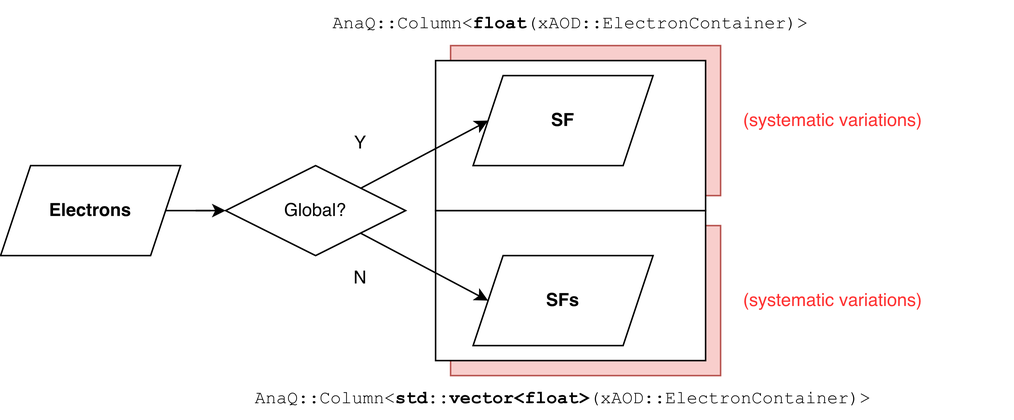
Earlier version of the draw.io export eventloop_vs_dataflow_1.drawio.png (taehyounpark/draw-io-diagrams). Source tidied: cells renumbered, new cells last; positions are measured from the earlier drawing's top-left corner, leaving out a move shared by most shapes. The source it was exported from:
```xml
<mxGraphModel>
  <root>
    <mxCell id="0" />
    <mxCell id="1" parent="0" />
    <mxCell id="2" value="X" style="rounded=0;whiteSpace=wrap;html=1;fillColor=#f8cecc;strokeColor=#b85450;" parent="1" vertex="1">
      <mxGeometry x="300" y="150" width="180" height="100" as="geometry" />
    </mxCell>
    <mxCell id="3" style="rounded=0;whiteSpace=wrap;html=1;fillColor=#f8cecc;strokeColor=#b85450;" parent="1" vertex="1">
      <mxGeometry x="300" y="30" width="180" height="100" as="geometry" />
    </mxCell>
    <mxCell id="4" style="rounded=0;whiteSpace=wrap;html=1;" parent="1" vertex="1">
      <mxGeometry x="290" y="140" width="180" height="100" as="geometry" />
    </mxCell>
    <mxCell id="5" style="rounded=0;whiteSpace=wrap;html=1;" parent="1" vertex="1">
      <mxGeometry x="290" y="40" width="180" height="100" as="geometry" />
    </mxCell>
    <mxCell id="6" style="rhombus;whiteSpace=wrap;html=1;" parent="1" vertex="1">
      <mxGeometry x="150" y="110" width="120" height="60" as="geometry" />
    </mxCell>
    <mxCell id="7" style="shape=parallelogram;perimeter=parallelogramPerimeter;whiteSpace=wrap;html=1;fixedSize=1;" parent="1" vertex="1">
      <mxGeometry x="315" y="170" width="120" height="60" as="geometry" />
    </mxCell>
    <mxCell id="8" style="endArrow=classic;html=1;rounded=0;exitX=1;exitY=0;exitDx=0;exitDy=0;entryX=0;entryY=0.5;entryDx=0;entryDy=0;" parent="1" edge="1" source="6">
      <mxGeometry relative="1" as="geometry">
        <mxPoint x="325" y="80" as="targetPoint" />
      </mxGeometry>
    </mxCell>
    <mxCell id="9" style="endArrow=classic;html=1;rounded=0;exitX=1;exitY=1;exitDx=0;exitDy=0;entryX=0;entryY=0.5;entryDx=0;entryDy=0;" parent="1" edge="1" source="6" target="7">
      <mxGeometry relative="1" as="geometry" />
    </mxCell>
    <mxCell id="10" value="Global?" style="text;html=1;align=center;verticalAlign=middle;whiteSpace=wrap;rounded=0;" parent="1" vertex="1">
      <mxGeometry x="180" y="125" width="60" height="30" as="geometry" />
    </mxCell>
    <mxCell id="11" value="&lt;font&gt;&lt;b&gt;SFs&lt;/b&gt;&lt;/font&gt;" style="text;html=1;align=center;verticalAlign=middle;whiteSpace=wrap;rounded=0;fontFamily=Helvetica;" parent="1" vertex="1">
      <mxGeometry x="345" y="185" width="60" height="30" as="geometry" />
    </mxCell>
    <mxCell id="12" style="shape=parallelogram;perimeter=parallelogramPerimeter;whiteSpace=wrap;html=1;fixedSize=1;" parent="1" vertex="1">
      <mxGeometry x="315" y="50" width="120" height="60" as="geometry" />
    </mxCell>
    <mxCell id="13" value="&lt;font&gt;&lt;b&gt;SF&lt;/b&gt;&lt;/font&gt;" style="text;html=1;align=center;verticalAlign=middle;whiteSpace=wrap;rounded=0;fontFamily=Helvetica;" parent="1" vertex="1">
      <mxGeometry x="345" y="65" width="60" height="30" as="geometry" />
    </mxCell>
    <mxCell id="14" style="group;fontStyle=1;" parent="1" vertex="1">
      <mxGeometry y="110" width="120" height="60" as="geometry" />
    </mxCell>
    <mxCell id="15" style="shape=parallelogram;perimeter=parallelogramPerimeter;whiteSpace=wrap;html=1;fixedSize=1;" parent="14" vertex="1">
      <mxGeometry width="120" height="60" as="geometry" />
    </mxCell>
    <mxCell id="16" value="&lt;b&gt;Electrons&lt;/b&gt;" style="text;html=1;align=center;verticalAlign=middle;whiteSpace=wrap;rounded=0;" parent="14" vertex="1">
      <mxGeometry x="30" y="15" width="60" height="30" as="geometry" />
    </mxCell>
    <mxCell id="17" style="edgeStyle=orthogonalEdgeStyle;rounded=0;jettySize=auto;html=1;exitX=1;exitY=0.5;exitDx=0;exitDy=0;entryX=0;entryY=0.5;entryDx=0;entryDy=0;" parent="1" edge="1" source="15" target="6">
      <mxGeometry relative="1" as="geometry" />
    </mxCell>
    <mxCell id="18" value="Y" style="text;html=1;align=center;verticalAlign=middle;whiteSpace=wrap;rounded=0;" parent="1" vertex="1">
      <mxGeometry x="210" y="80" width="60" height="30" as="geometry" />
    </mxCell>
    <mxCell id="19" value="N" style="text;html=1;align=center;verticalAlign=middle;whiteSpace=wrap;rounded=0;" parent="1" vertex="1">
      <mxGeometry x="210" y="170" width="60" height="30" as="geometry" />
    </mxCell>
    <mxCell id="20" value="&lt;font face=&quot;Courier New&quot;&gt;AnaQ::Column&amp;lt;&lt;b&gt;std::vector&amp;lt;float&amp;gt;&lt;/b&gt;(xAOD::ElectronContainer)&amp;gt;&lt;/font&gt;" style="text;html=1;align=center;verticalAlign=middle;whiteSpace=wrap;rounded=0;" parent="1" vertex="1">
      <mxGeometry x="75" y="250" width="600" height="30" as="geometry" />
    </mxCell>
    <mxCell id="21" value="&lt;font face=&quot;Courier New&quot;&gt;AnaQ::Column&amp;lt;&lt;b&gt;float&lt;/b&gt;(xAOD::ElectronContainer)&amp;gt;&lt;/font&gt;" style="text;html=1;align=center;verticalAlign=middle;whiteSpace=wrap;rounded=0;" parent="1" vertex="1">
      <mxGeometry x="350" width="60" height="30" as="geometry" />
    </mxCell>
    <mxCell id="22" value="(systematic variations)" style="text;html=1;align=center;verticalAlign=middle;whiteSpace=wrap;rounded=0;fontColor=#FF3333;" parent="1" vertex="1">
      <mxGeometry x="480" y="185" width="150" height="30" as="geometry" />
    </mxCell>
    <mxCell id="23" value="(systematic variations)" style="text;html=1;align=center;verticalAlign=middle;whiteSpace=wrap;rounded=0;fontColor=#FF3333;" parent="1" vertex="1">
      <mxGeometry x="480" y="65" width="150" height="30" as="geometry" />
    </mxCell>
  </root>
</mxGraphModel>
```
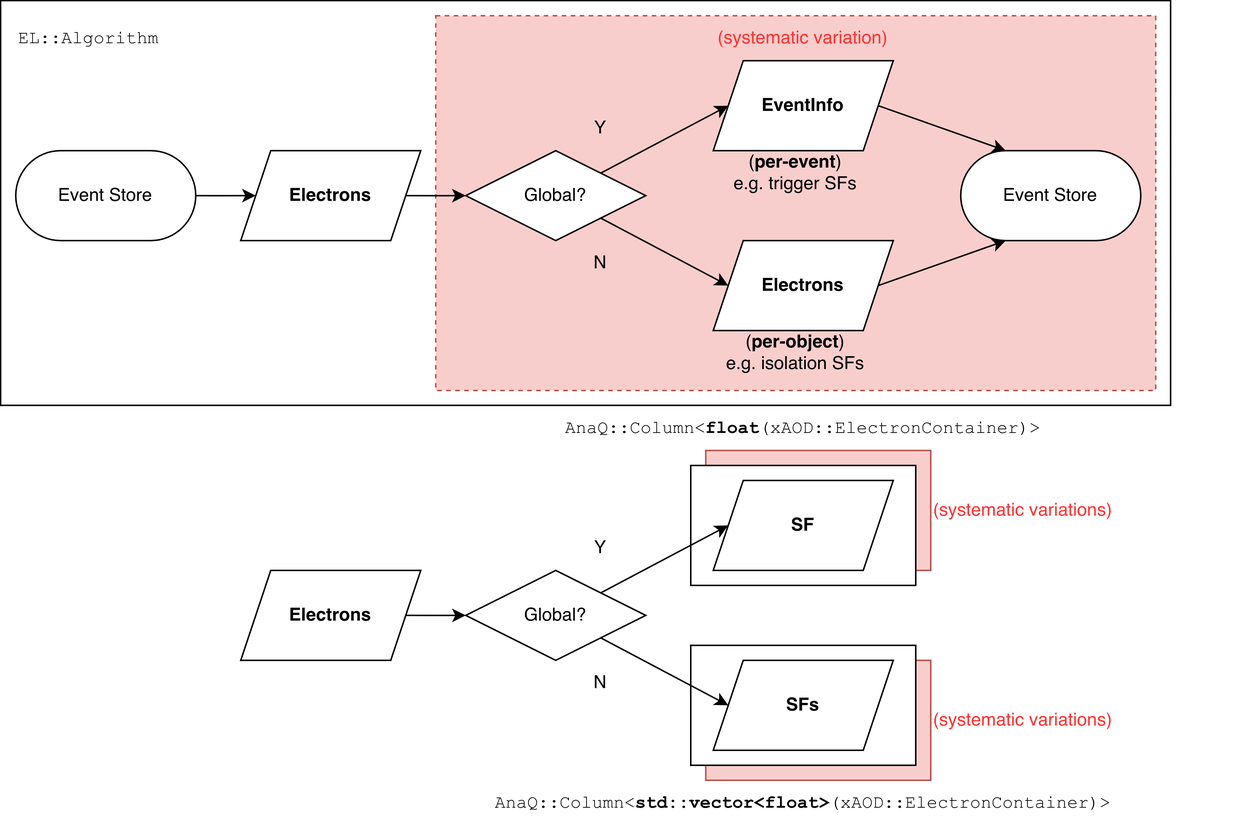
The same diagram one commit later.

Diff of the diagram source:
```diff
@@ -2,73 +2,150 @@
   <root>
     <mxCell id="0" />
     <mxCell id="1" parent="0" />
+    <mxCell id="24" style="rounded=0;whiteSpace=wrap;html=1;" parent="1" vertex="1">
+      <mxGeometry x="-160" y="-270" width="780" height="270" as="geometry" />
+    </mxCell>
+    <mxCell id="25" style="rounded=0;whiteSpace=wrap;html=1;dashed=1;fillColor=#f8cecc;strokeColor=#b85450;" parent="1" vertex="1">
+      <mxGeometry x="130" y="-260" width="480" height="250" as="geometry" />
+    </mxCell>
     <mxCell id="2" value="X" style="rounded=0;whiteSpace=wrap;html=1;fillColor=#f8cecc;strokeColor=#b85450;" parent="1" vertex="1">
-      <mxGeometry x="300" y="150" width="180" height="100" as="geometry" />
+      <mxGeometry x="310" y="170" width="150" height="80" as="geometry" />
     </mxCell>
-    <mxCell id="3" style="rounded=0;whiteSpace=wrap;html=1;fillColor=#f8cecc;strokeColor=#b85450;" parent="1" vertex="1">
-      <mxGeometry x="300" y="30" width="180" height="100" as="geometry" />
-    </mxCell>
-    <mxCell id="4" style="rounded=0;whiteSpace=wrap;html=1;" parent="1" vertex="1">
-      <mxGeometry x="290" y="140" width="180" height="100" as="geometry" />
-    </mxCell>
-    <mxCell id="5" style="rounded=0;whiteSpace=wrap;html=1;" parent="1" vertex="1">
-      <mxGeometry x="290" y="40" width="180" height="100" as="geometry" />
-    </mxCell>
-    <mxCell id="6" style="rhombus;whiteSpace=wrap;html=1;" parent="1" vertex="1">
-      <mxGeometry x="150" y="110" width="120" height="60" as="geometry" />
-    </mxCell>
-    <mxCell id="7" style="shape=parallelogram;perimeter=parallelogramPerimeter;whiteSpace=wrap;html=1;fixedSize=1;" parent="1" vertex="1">
-      <mxGeometry x="315" y="170" width="120" height="60" as="geometry" />
-    </mxCell>
-    <mxCell id="8" style="endArrow=classic;html=1;rounded=0;exitX=1;exitY=0;exitDx=0;exitDy=0;entryX=0;entryY=0.5;entryDx=0;entryDy=0;" parent="1" edge="1" source="6">
-      <mxGeometry relative="1" as="geometry">
-        <mxPoint x="325" y="80" as="targetPoint" />
-      </mxGeometry>
-    </mxCell>
-    <mxCell id="9" style="endArrow=classic;html=1;rounded=0;exitX=1;exitY=1;exitDx=0;exitDy=0;entryX=0;entryY=0.5;entryDx=0;entryDy=0;" parent="1" edge="1" source="6" target="7">
-      <mxGeometry relative="1" as="geometry" />
-    </mxCell>
-    <mxCell id="10" value="Global?" style="text;html=1;align=center;verticalAlign=middle;whiteSpace=wrap;rounded=0;" parent="1" vertex="1">
-      <mxGeometry x="180" y="125" width="60" height="30" as="geometry" />
-    </mxCell>
+    <mxCell id="26" style="rounded=0;whiteSpace=wrap;html=1;fillColor=#f8cecc;strokeColor=#b85450;" parent="1" vertex="1">
+      <mxGeometry x="310" y="30" width="150" height="80" as="geometry" />
+    </mxCell>
+    <mxCell id="27" style="rounded=0;whiteSpace=wrap;html=1;" parent="1" vertex="1">
+      <mxGeometry x="300" y="160" width="150" height="80" as="geometry" />
+    </mxCell>
+    <mxCell id="28" style="rounded=0;whiteSpace=wrap;html=1;" parent="1" vertex="1">
+      <mxGeometry x="300" y="40" width="150" height="80" as="geometry" />
+    </mxCell>
+    <mxCell id="29" style="rhombus;whiteSpace=wrap;html=1;" parent="1" vertex="1">
+      <mxGeometry x="150" y="-170" width="120" height="60" as="geometry" />
+    </mxCell>
+    <mxCell id="30" style="rounded=0;jettySize=auto;html=1;exitX=1;exitY=0.5;exitDx=0;exitDy=0;entryX=0.25;entryY=1;entryDx=0;entryDy=0;" parent="1" edge="1" source="31" target="50">
+      <mxGeometry relative="1" as="geometry" />
+    </mxCell>
+    <mxCell id="31" style="shape=parallelogram;perimeter=parallelogramPerimeter;whiteSpace=wrap;html=1;fixedSize=1;" parent="1" vertex="1">
+      <mxGeometry x="315" y="-110" width="120" height="60" as="geometry" />
+    </mxCell>
+    <mxCell id="32" style="endArrow=classic;html=1;rounded=0;exitX=1;exitY=0;exitDx=0;exitDy=0;entryX=0;entryY=0.5;entryDx=0;entryDy=0;" parent="1" edge="1" source="29">
+      <mxGeometry relative="1" as="geometry">
+        <mxPoint x="325" y="-200" as="targetPoint" />
+      </mxGeometry>
+    </mxCell>
+    <mxCell id="33" style="endArrow=classic;html=1;rounded=0;exitX=1;exitY=1;exitDx=0;exitDy=0;entryX=0;entryY=0.5;entryDx=0;entryDy=0;" parent="1" edge="1" source="29" target="31">
+      <mxGeometry relative="1" as="geometry" />
+    </mxCell>
+    <mxCell id="34" value="Global?" style="text;html=1;align=center;verticalAlign=middle;whiteSpace=wrap;rounded=0;" parent="1" vertex="1">
+      <mxGeometry x="180" y="-155" width="60" height="30" as="geometry" />
+    </mxCell>
+    <mxCell id="35" value="&lt;b&gt;Electrons&lt;/b&gt;" style="text;html=1;align=center;verticalAlign=middle;whiteSpace=wrap;rounded=0;" parent="1" vertex="1">
+      <mxGeometry x="345" y="-95" width="60" height="30" as="geometry" />
+    </mxCell>
+    <mxCell id="36" style="rounded=0;jettySize=auto;html=1;exitX=1;exitY=0.5;exitDx=0;exitDy=0;entryX=0.25;entryY=0;entryDx=0;entryDy=0;" parent="1" edge="1" source="37" target="50">
+      <mxGeometry relative="1" as="geometry" />
+    </mxCell>
+    <mxCell id="37" style="shape=parallelogram;perimeter=parallelogramPerimeter;whiteSpace=wrap;html=1;fixedSize=1;" parent="1" vertex="1">
+      <mxGeometry x="315" y="-230" width="120" height="60" as="geometry" />
+    </mxCell>
+    <mxCell id="38" value="&lt;b&gt;EventInfo&lt;br&gt;&lt;/b&gt;" style="text;html=1;align=center;verticalAlign=middle;whiteSpace=wrap;rounded=0;" parent="1" vertex="1">
+      <mxGeometry x="345" y="-215" width="60" height="30" as="geometry" />
+    </mxCell>
+    <mxCell id="39" value="(&lt;b&gt;per-object&lt;/b&gt;)&lt;br&gt;e.g. isolation SFs" style="text;html=1;align=center;verticalAlign=middle;whiteSpace=wrap;rounded=0;" parent="1" vertex="1">
+      <mxGeometry x="250" y="-50" width="240" height="30" as="geometry" />
+    </mxCell>
+    <mxCell id="40" value="(&lt;b&gt;per-event&lt;/b&gt;)&lt;br&gt;e.g. trigger SFs" style="text;html=1;align=center;verticalAlign=middle;whiteSpace=wrap;rounded=0;" parent="1" vertex="1">
+      <mxGeometry x="250" y="-170" width="240" height="30" as="geometry" />
+    </mxCell>
+    <mxCell id="41" value="&lt;font face=&quot;Courier New&quot;&gt;EL::Algorithm&lt;/font&gt;" style="text;html=1;align=left;verticalAlign=middle;whiteSpace=wrap;rounded=0;" parent="1" vertex="1">
+      <mxGeometry x="-150" y="-260" width="360" height="30" as="geometry" />
+    </mxCell>
+    <mxCell id="42" style="group;fontStyle=0;" parent="1" vertex="1">
+      <mxGeometry y="-170" width="120" height="60" as="geometry" />
+    </mxCell>
+    <mxCell id="43" style="shape=parallelogram;perimeter=parallelogramPerimeter;whiteSpace=wrap;html=1;fixedSize=1;" parent="42" vertex="1">
+      <mxGeometry width="120" height="60" as="geometry" />
+    </mxCell>
+    <mxCell id="44" value="&lt;b&gt;Electrons&lt;/b&gt;" style="text;html=1;align=center;verticalAlign=middle;whiteSpace=wrap;rounded=0;" parent="42" vertex="1">
+      <mxGeometry x="30" y="15" width="60" height="30" as="geometry" />
+    </mxCell>
+    <mxCell id="45" style="edgeStyle=orthogonalEdgeStyle;rounded=0;jettySize=auto;html=1;exitX=1;exitY=0.5;exitDx=0;exitDy=0;entryX=0;entryY=0.5;entryDx=0;entryDy=0;" parent="1" edge="1" source="46" target="43">
+      <mxGeometry relative="1" as="geometry" />
+    </mxCell>
+    <mxCell id="46" value="Event Store" style="rounded=1;whiteSpace=wrap;html=1;arcSize=50;" parent="1" vertex="1">
+      <mxGeometry x="-150" y="-170" width="120" height="60" as="geometry" />
+    </mxCell>
+    <mxCell id="47" style="edgeStyle=orthogonalEdgeStyle;rounded=0;jettySize=auto;html=1;exitX=1;exitY=0.5;exitDx=0;exitDy=0;entryX=0;entryY=0.5;entryDx=0;entryDy=0;" parent="1" edge="1" source="43" target="29">
+      <mxGeometry relative="1" as="geometry" />
+    </mxCell>
+    <mxCell id="48" value="Y" style="text;html=1;align=center;verticalAlign=middle;whiteSpace=wrap;rounded=0;" parent="1" vertex="1">
+      <mxGeometry x="210" y="-200" width="60" height="30" as="geometry" />
+    </mxCell>
+    <mxCell id="49" value="N" style="text;html=1;align=center;verticalAlign=middle;whiteSpace=wrap;rounded=0;" parent="1" vertex="1">
+      <mxGeometry x="210" y="-110" width="60" height="30" as="geometry" />
+    </mxCell>
+    <mxCell id="50" value="Event Store" style="rounded=1;whiteSpace=wrap;html=1;arcSize=50;" parent="1" vertex="1">
+      <mxGeometry x="480" y="-170" width="120" height="60" as="geometry" />
+    </mxCell>
+    <mxCell id="51" value="(systematic variation)" style="text;align=center;verticalAlign=middle;whiteSpace=wrap;rounded=0;fontColor=#FF3333;" parent="1" vertex="1">
+      <mxGeometry x="235" y="-250" width="280" height="10" as="geometry" />
+    </mxCell>
+    <mxCell id="52" style="rhombus;whiteSpace=wrap;html=1;" parent="1" vertex="1">
+      <mxGeometry x="150" y="110" width="120" height="60" as="geometry" />
+    </mxCell>
+    <mxCell id="53" style="shape=parallelogram;perimeter=parallelogramPerimeter;whiteSpace=wrap;html=1;fixedSize=1;" parent="1" vertex="1">
+      <mxGeometry x="315" y="170" width="120" height="60" as="geometry" />
+    </mxCell>
+    <mxCell id="54" style="endArrow=classic;html=1;rounded=0;exitX=1;exitY=0;exitDx=0;exitDy=0;entryX=0;entryY=0.5;entryDx=0;entryDy=0;" parent="1" edge="1" source="52">
+      <mxGeometry relative="1" as="geometry">
+        <mxPoint x="325" y="80" as="targetPoint" />
+      </mxGeometry>
+    </mxCell>
+    <mxCell id="55" style="endArrow=classic;html=1;rounded=0;exitX=1;exitY=1;exitDx=0;exitDy=0;entryX=0;entryY=0.5;entryDx=0;entryDy=0;" parent="1" edge="1" source="52" target="53">
+      <mxGeometry relative="1" as="geometry" />
+    </mxCell>
+    <mxCell id="56" value="Global?" style="text;html=1;align=center;verticalAlign=middle;whiteSpace=wrap;rounded=0;" parent="1" vertex="1">
+      <mxGeometry x="180" y="125" width="60" height="30" as="geometry" />
+    </mxCell>
     <mxCell id="11" value="&lt;font&gt;&lt;b&gt;SFs&lt;/b&gt;&lt;/font&gt;" style="text;html=1;align=center;verticalAlign=middle;whiteSpace=wrap;rounded=0;fontFamily=Helvetica;" parent="1" vertex="1">
       <mxGeometry x="345" y="185" width="60" height="30" as="geometry" />
     </mxCell>
-    <mxCell id="12" style="shape=parallelogram;perimeter=parallelogramPerimeter;whiteSpace=wrap;html=1;fixedSize=1;" parent="1" vertex="1">
-      <mxGeometry x="315" y="50" width="120" height="60" as="geometry" />
-    </mxCell>
+    <mxCell id="57" style="shape=parallelogram;perimeter=parallelogramPerimeter;whiteSpace=wrap;html=1;fixedSize=1;" parent="1" vertex="1">
+      <mxGeometry x="315" y="50" width="120" height="60" as="geometry" />
+    </mxCell>
     <mxCell id="13" value="&lt;font&gt;&lt;b&gt;SF&lt;/b&gt;&lt;/font&gt;" style="text;html=1;align=center;verticalAlign=middle;whiteSpace=wrap;rounded=0;fontFamily=Helvetica;" parent="1" vertex="1">
       <mxGeometry x="345" y="65" width="60" height="30" as="geometry" />
     </mxCell>
-    <mxCell id="14" style="group;fontStyle=1;" parent="1" vertex="1">
-      <mxGeometry y="110" width="120" height="60" as="geometry" />
-    </mxCell>
-    <mxCell id="15" style="shape=parallelogram;perimeter=parallelogramPerimeter;whiteSpace=wrap;html=1;fixedSize=1;" parent="14" vertex="1">
-      <mxGeometry width="120" height="60" as="geometry" />
-    </mxCell>
-    <mxCell id="16" value="&lt;b&gt;Electrons&lt;/b&gt;" style="text;html=1;align=center;verticalAlign=middle;whiteSpace=wrap;rounded=0;" parent="14" vertex="1">
-      <mxGeometry x="30" y="15" width="60" height="30" as="geometry" />
-    </mxCell>
-    <mxCell id="17" style="edgeStyle=orthogonalEdgeStyle;rounded=0;jettySize=auto;html=1;exitX=1;exitY=0.5;exitDx=0;exitDy=0;entryX=0;entryY=0.5;entryDx=0;entryDy=0;" parent="1" edge="1" source="15" target="6">
-      <mxGeometry relative="1" as="geometry" />
-    </mxCell>
-    <mxCell id="18" value="Y" style="text;html=1;align=center;verticalAlign=middle;whiteSpace=wrap;rounded=0;" parent="1" vertex="1">
-      <mxGeometry x="210" y="80" width="60" height="30" as="geometry" />
-    </mxCell>
-    <mxCell id="19" value="N" style="text;html=1;align=center;verticalAlign=middle;whiteSpace=wrap;rounded=0;" parent="1" vertex="1">
-      <mxGeometry x="210" y="170" width="60" height="30" as="geometry" />
-    </mxCell>
+    <mxCell id="58" style="group;fontStyle=1;" parent="1" vertex="1">
+      <mxGeometry y="110" width="120" height="60" as="geometry" />
+    </mxCell>
+    <mxCell id="59" style="shape=parallelogram;perimeter=parallelogramPerimeter;whiteSpace=wrap;html=1;fixedSize=1;" parent="58" vertex="1">
+      <mxGeometry width="120" height="60" as="geometry" />
+    </mxCell>
+    <mxCell id="60" value="&lt;b&gt;Electrons&lt;/b&gt;" style="text;html=1;align=center;verticalAlign=middle;whiteSpace=wrap;rounded=0;" parent="58" vertex="1">
+      <mxGeometry x="30" y="15" width="60" height="30" as="geometry" />
+    </mxCell>
+    <mxCell id="61" style="edgeStyle=orthogonalEdgeStyle;rounded=0;jettySize=auto;html=1;exitX=1;exitY=0.5;exitDx=0;exitDy=0;entryX=0;entryY=0.5;entryDx=0;entryDy=0;" parent="1" edge="1" source="59" target="52">
+      <mxGeometry relative="1" as="geometry" />
+    </mxCell>
+    <mxCell id="62" value="Y" style="text;html=1;align=center;verticalAlign=middle;whiteSpace=wrap;rounded=0;" parent="1" vertex="1">
+      <mxGeometry x="210" y="80" width="60" height="30" as="geometry" />
+    </mxCell>
+    <mxCell id="63" value="N" style="text;html=1;align=center;verticalAlign=middle;whiteSpace=wrap;rounded=0;" parent="1" vertex="1">
+      <mxGeometry x="210" y="170" width="60" height="30" as="geometry" />
+    </mxCell>
     <mxCell id="20" value="&lt;font face=&quot;Courier New&quot;&gt;AnaQ::Column&amp;lt;&lt;b&gt;std::vector&amp;lt;float&amp;gt;&lt;/b&gt;(xAOD::ElectronContainer)&amp;gt;&lt;/font&gt;" style="text;html=1;align=center;verticalAlign=middle;whiteSpace=wrap;rounded=0;" parent="1" vertex="1">
       <mxGeometry x="75" y="250" width="600" height="30" as="geometry" />
     </mxCell>
     <mxCell id="21" value="&lt;font face=&quot;Courier New&quot;&gt;AnaQ::Column&amp;lt;&lt;b&gt;float&lt;/b&gt;(xAOD::ElectronContainer)&amp;gt;&lt;/font&gt;" style="text;html=1;align=center;verticalAlign=middle;whiteSpace=wrap;rounded=0;" parent="1" vertex="1">
-      <mxGeometry x="350" width="60" height="30" as="geometry" />
+      <mxGeometry x="345" width="60" height="30" as="geometry" />
     </mxCell>
-    <mxCell id="22" value="(systematic variations)" style="text;html=1;align=center;verticalAlign=middle;whiteSpace=wrap;rounded=0;fontColor=#FF3333;" parent="1" vertex="1">
-      <mxGeometry x="480" y="185" width="150" height="30" as="geometry" />
-    </mxCell>
-    <mxCell id="23" value="(systematic variations)" style="text;html=1;align=center;verticalAlign=middle;whiteSpace=wrap;rounded=0;fontColor=#FF3333;" parent="1" vertex="1">
-      <mxGeometry x="480" y="65" width="150" height="30" as="geometry" />
-    </mxCell>
+    <mxCell id="64" value="(systematic variations)" style="text;html=1;align=left;verticalAlign=middle;whiteSpace=wrap;rounded=0;fontColor=#FF3333;" parent="1" vertex="1">
+      <mxGeometry x="460" y="195" width="150" height="30" as="geometry" />
+    </mxCell>
+    <mxCell id="65" value="(systematic variations)" style="text;html=1;align=left;verticalAlign=middle;whiteSpace=wrap;rounded=0;fontColor=#FF3333;" parent="1" vertex="1">
+      <mxGeometry x="460" y="55" width="150" height="30" as="geometry" />
+    </mxCell>
   </root>
 </mxGraphModel>
```
